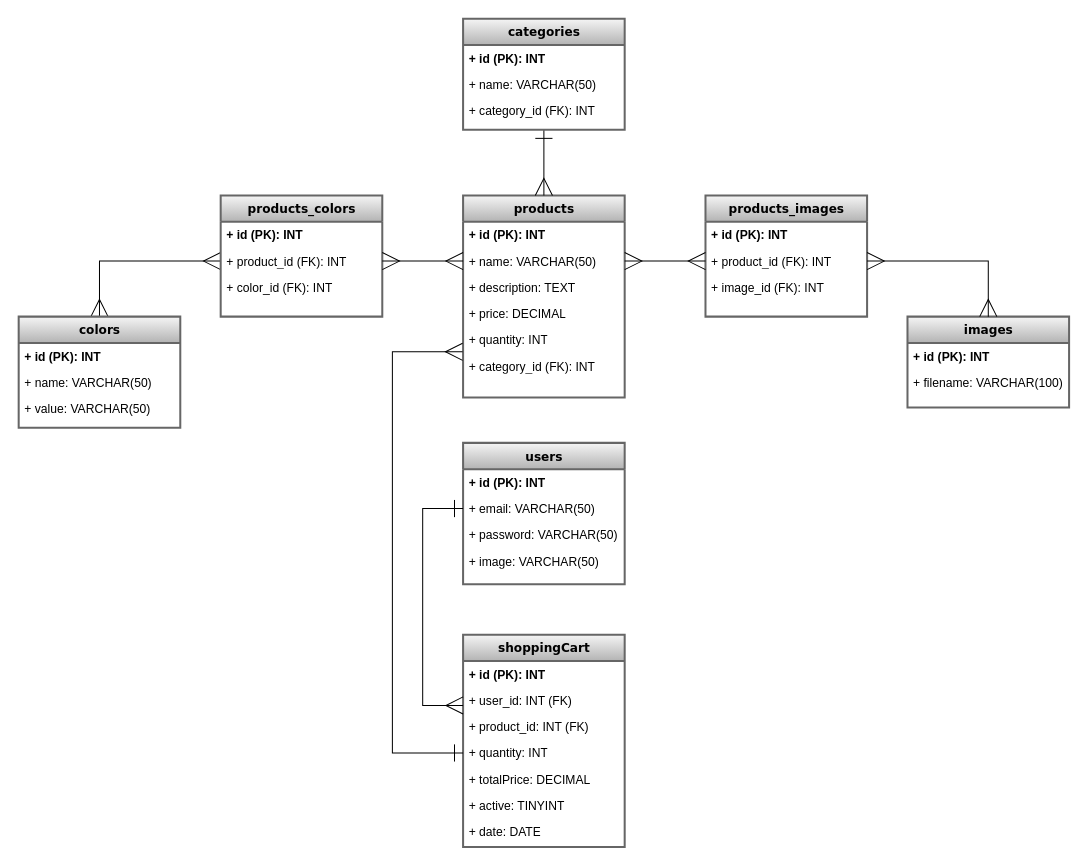
Before: DER.drawio in gonzalokesy/grupo_1_roda, a draw.io diagram. Source tidied: cells renumbered, new cells numbered last; positions are measured from the earlier drawing's top-left corner, leaving out a move shared by most shapes. Both pictures are drawn from the tidied source at 101%, with x=0, y=0 at pixel (18, 18).
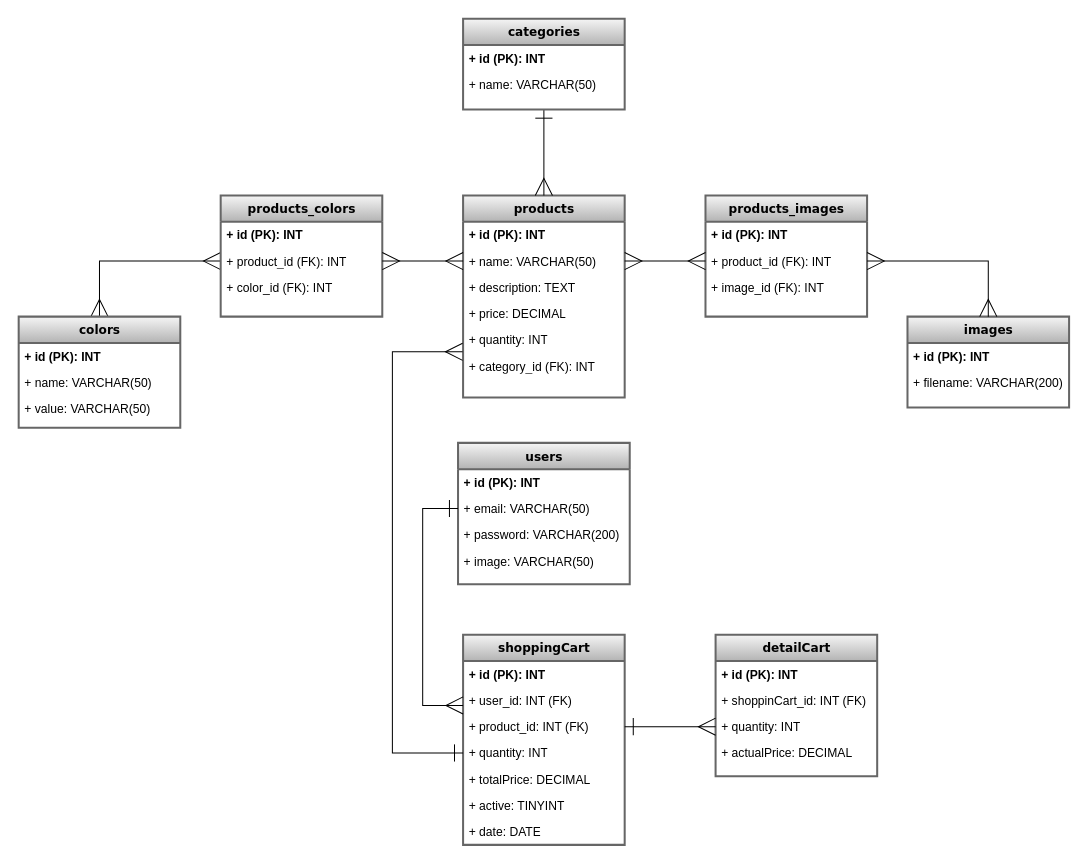
The same page after the edit.

Commit message:
Diagrama finalizado

The change refers to these unchanged cells:
```xml
<mxCell id="8" value="+ category_id (FK): INT" style="text;html=1;strokeColor=none;fillColor=none;align=left;verticalAlign=top;spacingLeft=4;spacingRight=4;whiteSpace=wrap;overflow=hidden;points=[[0,0.5],[1,0.5]];portConstraint=eastwest;" parent="2" vertex="1">
  <mxGeometry y="156" width="160" height="26" as="geometry" />
</mxCell>
<mxCell id="24" value="images" style="swimlane;html=1;fontStyle=1;align=center;verticalAlign=top;horizontal=1;startSize=26;swimlaneFillColor=#ffffff;rounded=0;shadow=0;comic=0;labelBackgroundColor=none;strokeWidth=2;fillColor=#f5f5f5;fontFamily=Verdana;fontSize=12;gradientColor=#b3b3b3;strokeColor=#666666;" parent="1" vertex="1">
  <mxGeometry x="880" y="295" width="160" height="90" as="geometry" />
</mxCell>
<mxCell id="41" value="+ product_id: INT (FK)" style="text;html=1;strokeColor=none;fillColor=none;align=left;verticalAlign=top;spacingLeft=4;spacingRight=4;whiteSpace=wrap;overflow=hidden;points=[[0,0.5],[1,0.5]];portConstraint=eastwest;" parent="38" vertex="1">
  <mxGeometry y="78" width="160" height="26" as="geometry" />
</mxCell>
```

Change to the diagram source:
```diff
@@
     <mxCell id="15" value="categories" style="swimlane;html=1;fontStyle=1;align=center;verticalAlign=top;horizontal=1;startSize=26;swimlaneFillColor=#ffffff;rounded=0;shadow=0;comic=0;labelBackgroundColor=none;strokeWidth=2;fillColor=#f5f5f5;fontFamily=Verdana;fontSize=12;gradientColor=#b3b3b3;strokeColor=#666666;" parent="1" vertex="1">
-      <mxGeometry x="440" width="160" height="110" as="geometry" />
+      <mxGeometry x="440" width="160" height="90" as="geometry" />
     </mxCell>
@@
-    <mxCell id="18" value="+ category_id (FK): INT" style="text;html=1;strokeColor=none;fillColor=none;align=left;verticalAlign=top;spacingLeft=4;spacingRight=4;whiteSpace=wrap;overflow=hidden;" parent="15" vertex="1">
-      <mxGeometry y="78" width="160" height="32" as="geometry" />
-    </mxCell>
@@
-    <mxCell id="26" value="+ filename: VARCHAR(100)" style="text;html=1;strokeColor=none;fillColor=none;align=left;verticalAlign=top;spacingLeft=4;spacingRight=4;whiteSpace=wrap;overflow=hidden;" parent="24" vertex="1">
+    <mxCell id="26" value="+ filename: VARCHAR(200)" style="text;html=1;strokeColor=none;fillColor=none;align=left;verticalAlign=top;spacingLeft=4;spacingRight=4;whiteSpace=wrap;overflow=hidden;" parent="24" vertex="1">
       <mxGeometry y="52" width="160" height="26" as="geometry" />
     </mxCell>
@@
     <mxCell id="33" value="users" style="swimlane;html=1;fontStyle=1;align=center;verticalAlign=top;horizontal=1;startSize=26;swimlaneFillColor=#ffffff;rounded=0;shadow=0;comic=0;labelBackgroundColor=none;strokeWidth=2;fontFamily=Verdana;fontSize=12;fillColor=#f5f5f5;gradientColor=#b3b3b3;strokeColor=#666666;" parent="1" vertex="1">
-      <mxGeometry x="440" y="420" width="160" height="140" as="geometry" />
+      <mxGeometry x="435" y="420" width="170" height="140" as="geometry" />
     </mxCell>
     <mxCell id="34" value="+ id (PK): INT" style="text;strokeColor=none;fillColor=none;align=left;verticalAlign=top;spacingLeft=4;spacingRight=4;overflow=hidden;fontStyle=1;rounded=0;glass=0;labelBackgroundColor=none;labelBorderColor=none;whiteSpace=wrap;html=1;fontSize=12;" parent="33" vertex="1">
-      <mxGeometry y="26" width="160" height="26" as="geometry" />
+      <mxGeometry y="26" width="170" height="26" as="geometry" />
     </mxCell>
     <mxCell id="35" value="+ email: VARCHAR(50)" style="text;html=1;strokeColor=none;fillColor=none;align=left;verticalAlign=top;spacingLeft=4;spacingRight=4;whiteSpace=wrap;overflow=hidden;points=[[0,0.5],[1,0.5]];portConstraint=eastwest;" parent="33" vertex="1">
-      <mxGeometry y="52" width="160" height="26" as="geometry" />
+      <mxGeometry y="52" width="170" height="26" as="geometry" />
     </mxCell>
-    <mxCell id="36" value="+ password: VARCHAR(50)" style="text;html=1;strokeColor=none;fillColor=none;align=left;verticalAlign=top;spacingLeft=4;spacingRight=4;whiteSpace=wrap;overflow=hidden;" parent="33" vertex="1">
-      <mxGeometry y="78" width="160" height="26" as="geometry" />
+    <mxCell id="36" value="+ password: VARCHAR(200)" style="text;html=1;strokeColor=none;fillColor=none;align=left;verticalAlign=top;spacingLeft=4;spacingRight=4;whiteSpace=wrap;overflow=hidden;" parent="33" vertex="1">
+      <mxGeometry y="78" width="170" height="26" as="geometry" />
     </mxCell>
     <mxCell id="37" value="+ image: VARCHAR(50)" style="text;html=1;strokeColor=none;fillColor=none;align=left;verticalAlign=top;spacingLeft=4;spacingRight=4;whiteSpace=wrap;overflow=hidden;" parent="33" vertex="1">
-      <mxGeometry y="104" width="160" height="26" as="geometry" />
+      <mxGeometry y="104" width="170" height="26" as="geometry" />
     </mxCell>
     <mxCell id="38" value="shoppingCart" style="swimlane;html=1;fontStyle=1;align=center;verticalAlign=top;horizontal=1;startSize=26;swimlaneFillColor=#ffffff;rounded=0;shadow=0;comic=0;labelBackgroundColor=none;strokeWidth=2;fontFamily=Verdana;fontSize=12;fillColor=#f5f5f5;gradientColor=#b3b3b3;strokeColor=#666666;" parent="1" vertex="1">
-      <mxGeometry x="440" y="610" width="160" height="210" as="geometry" />
+      <mxGeometry x="440" y="610" width="160" height="208" as="geometry" />
     </mxCell>
@@
-    <mxCell id="42" value="+ quantity: INT" style="text;html=1;strokeColor=none;fillColor=none;align=left;verticalAlign=top;spacingLeft=4;spacingRight=4;whiteSpace=wrap;overflow=hidden;points=[[0,0.5],[1,0.5]];portConstraint=eastwest;" parent="38" vertex="1">
-      <mxGeometry y="104" width="160" height="26" as="geometry" />
-    </mxCell>
+    <mxCell id="48" value="+ quantity: INT" style="text;html=1;strokeColor=none;fillColor=none;align=left;verticalAlign=top;spacingLeft=4;spacingRight=4;whiteSpace=wrap;overflow=hidden;" parent="38" vertex="1">
+      <mxGeometry y="104" width="160" height="26" as="geometry" />
+    </mxCell>
@@
-    <mxCell id="47" style="edgeStyle=orthogonalEdgeStyle;rounded=0;jettySize=auto;html=1;exitX=0;exitY=0.5;exitDx=0;exitDy=0;entryX=-0.003;entryY=-0.045;entryDx=0;entryDy=0;entryPerimeter=0;startArrow=ERone;startFill=0;endArrow=ERmany;endFill=0;startSize=15;endSize=15;" parent="1" edge="1" source="42" target="8">
+    <mxCell id="47" style="edgeStyle=orthogonalEdgeStyle;rounded=0;jettySize=auto;html=1;entryX=-0.003;entryY=-0.045;entryDx=0;entryDy=0;entryPerimeter=0;startArrow=ERone;startFill=0;endArrow=ERmany;endFill=0;startSize=15;endSize=15;" parent="1" edge="1" target="8">
       <mxGeometry relative="1" as="geometry">
+        <mxPoint x="440" y="727" as="sourcePoint" />
         <Array as="points">
           <mxPoint x="370" y="727" />
           <mxPoint x="370" y="330" />
         </Array>
       </mxGeometry>
     </mxCell>
+    <mxCell id="49" value="detailCart" style="swimlane;html=1;fontStyle=1;align=center;verticalAlign=top;horizontal=1;startSize=26;swimlaneFillColor=#ffffff;rounded=0;shadow=0;comic=0;labelBackgroundColor=none;strokeWidth=2;fontFamily=Verdana;fontSize=12;fillColor=#f5f5f5;gradientColor=#b3b3b3;strokeColor=#666666;" parent="1" vertex="1">
+      <mxGeometry x="690" y="610" width="160" height="140" as="geometry" />
+    </mxCell>
+    <mxCell id="50" value="+ id (PK): INT" style="text;strokeColor=none;fillColor=none;align=left;verticalAlign=top;spacingLeft=4;spacingRight=4;overflow=hidden;fontStyle=1;rounded=0;glass=0;labelBackgroundColor=none;labelBorderColor=none;whiteSpace=wrap;html=1;fontSize=12;" parent="49" vertex="1">
+      <mxGeometry y="26" width="160" height="26" as="geometry" />
+    </mxCell>
+    <mxCell id="51" value="+ shoppinCart_id: INT (FK)" style="text;html=1;strokeColor=none;fillColor=none;align=left;verticalAlign=top;spacingLeft=4;spacingRight=4;whiteSpace=wrap;overflow=hidden;" parent="49" vertex="1">
+      <mxGeometry y="52" width="160" height="26" as="geometry" />
+    </mxCell>
+    <mxCell id="42" value="+ quantity: INT" style="text;html=1;strokeColor=none;fillColor=none;align=left;verticalAlign=top;spacingLeft=4;spacingRight=4;whiteSpace=wrap;overflow=hidden;points=[[0,0.5],[1,0.5]];portConstraint=eastwest;" parent="49" vertex="1">
+      <mxGeometry y="78" width="160" height="26" as="geometry" />
+    </mxCell>
+    <mxCell id="52" value="+ actualPrice: DECIMAL" style="text;html=1;strokeColor=none;fillColor=none;align=left;verticalAlign=top;spacingLeft=4;spacingRight=4;whiteSpace=wrap;overflow=hidden;" parent="49" vertex="1">
+      <mxGeometry y="104" width="160" height="26" as="geometry" />
+    </mxCell>
+    <mxCell id="53" style="edgeStyle=orthogonalEdgeStyle;rounded=0;jettySize=auto;html=1;endArrow=ERmany;endFill=0;endSize=15;startArrow=ERone;startFill=0;startSize=15;" parent="1" edge="1" source="41">
+      <mxGeometry relative="1" as="geometry">
+        <mxPoint x="690" y="701" as="targetPoint" />
+      </mxGeometry>
+    </mxCell>
```
